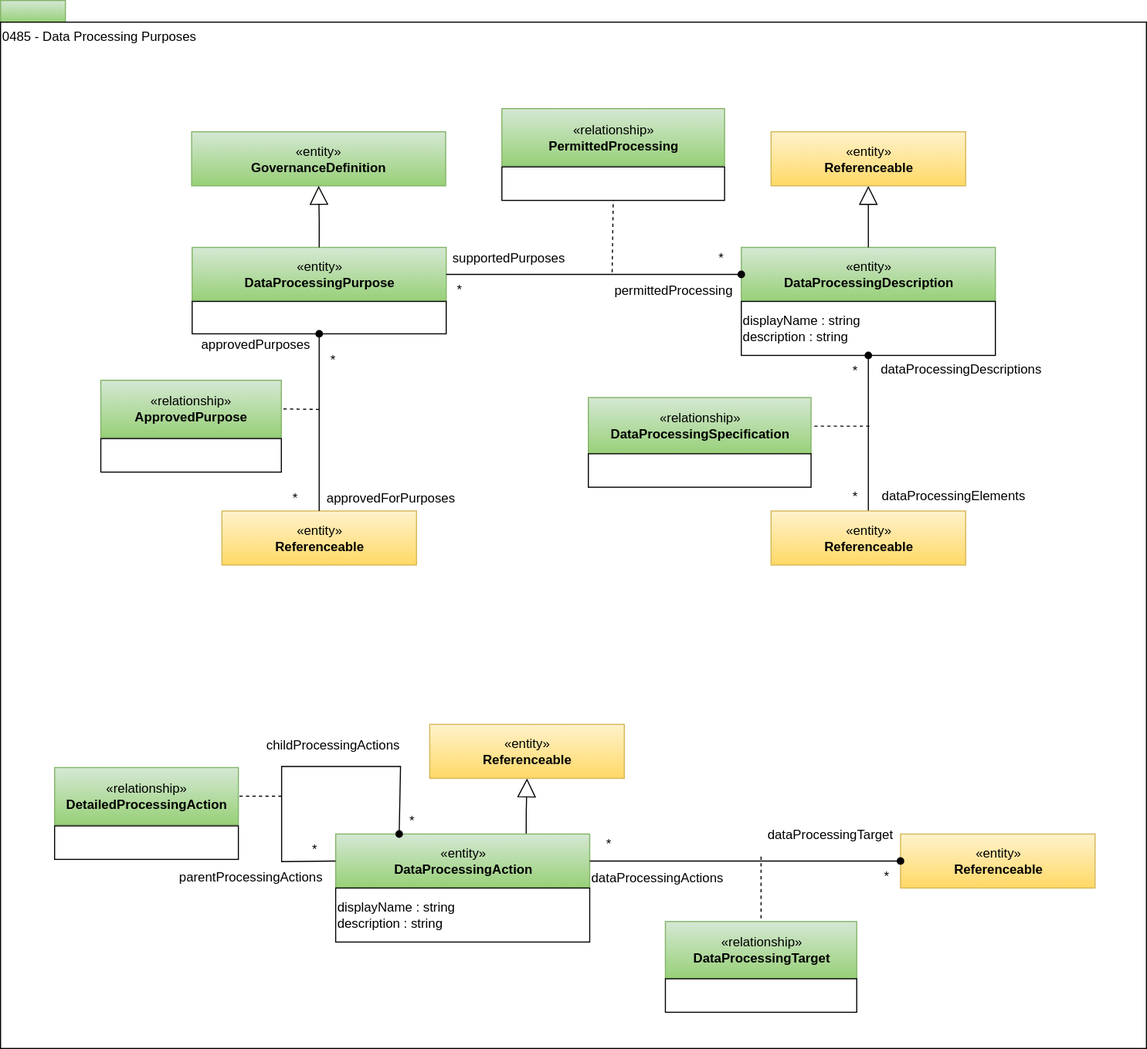
The draw.io diagram site/docs/types/4/0485-Data-Processing-Purposes.svg in odpi/egeria-docs, before a commit. Source tidied: cells renumbered, new cells last; positions are measured from the earlier drawing's top-left corner, leaving out a move shared by most shapes.
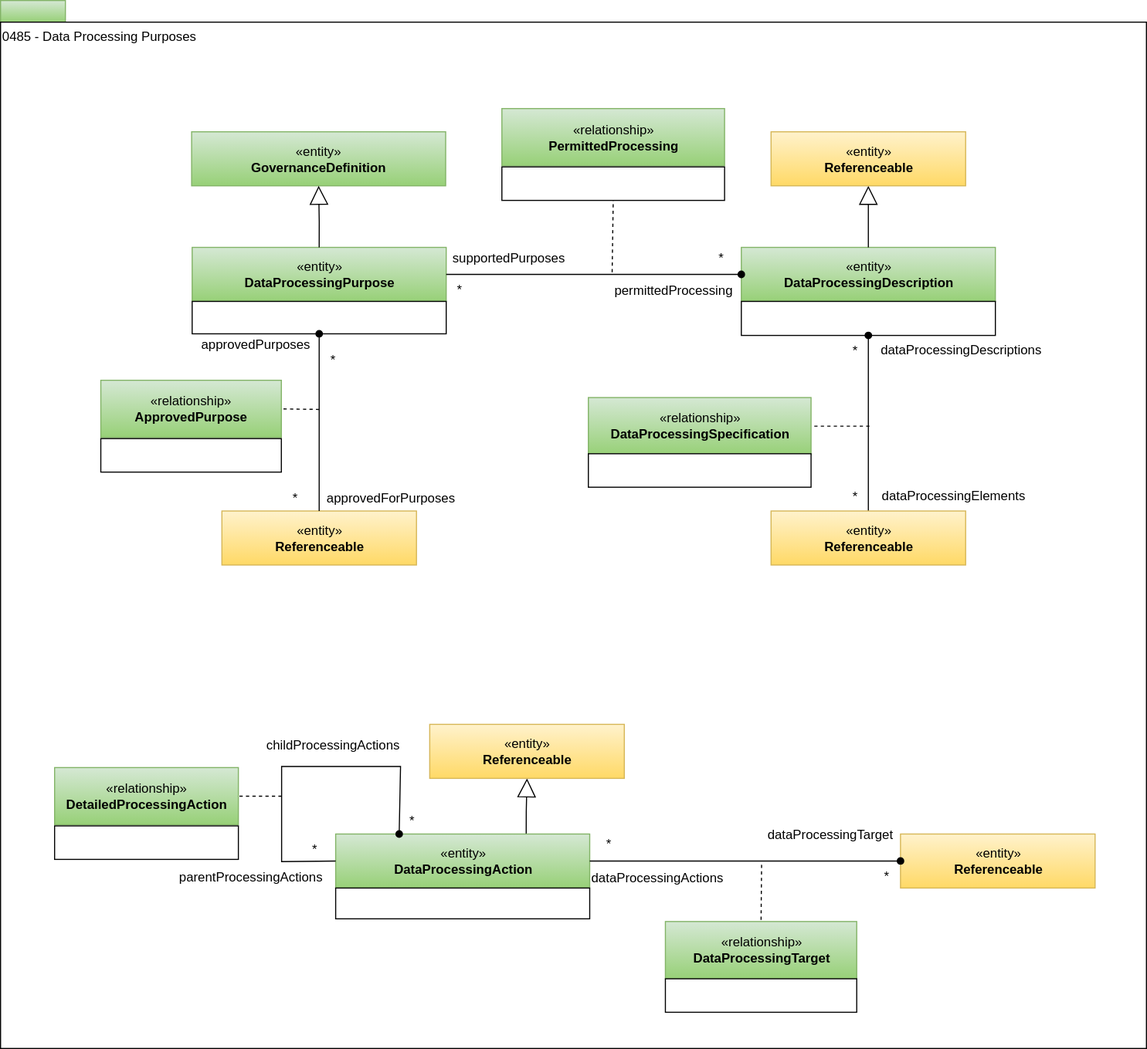
After the change.

The edit, as a diff of the source:
```diff
@@ -14,8 +14,8 @@
     <mxCell id="5" value="«entity»&lt;br&gt;&lt;b&gt;DataProcessingAction&lt;/b&gt;" style="html=1;strokeColor=#82b366;align=center;fillColor=#d5e8d4;gradientColor=#97d077;" parent="1" vertex="1">
       <mxGeometry x="310" y="771.5" width="235" height="50" as="geometry" />
     </mxCell>
-    <mxCell id="6" value="displayName : string&lt;br&gt;description : string" style="rounded=0;whiteSpace=wrap;html=1;strokeColor=#000000;gradientColor=#ffffff;align=left;" parent="1" vertex="1">
-      <mxGeometry x="310" y="821.5" width="235" height="50" as="geometry" />
+    <mxCell id="6" style="rounded=0;whiteSpace=wrap;html=1;strokeColor=#000000;gradientColor=#ffffff;align=left;" parent="1" vertex="1">
+      <mxGeometry x="310" y="821.5" width="235" height="28.5" as="geometry" />
     </mxCell>
     <mxCell id="7" value="*" style="text;html=1;strokeColor=none;fillColor=none;align=center;verticalAlign=middle;whiteSpace=wrap;rounded=0;" parent="1" vertex="1">
       <mxGeometry x="777.8" y="450.5" width="26" height="18" as="geometry" />
@@ -35,10 +35,10 @@
       <mxGeometry x="809.5" y="448.5" width="144.2" height="20" as="geometry" />
     </mxCell>
     <mxCell id="12" value="dataProcessingDescriptions" style="text;html=1;strokeColor=none;fillColor=none;align=center;verticalAlign=middle;whiteSpace=wrap;rounded=0;" parent="1" vertex="1">
-      <mxGeometry x="809.8" y="331.5" width="157.5" height="20" as="geometry" />
+      <mxGeometry x="809.5" y="313.5" width="157.5" height="20" as="geometry" />
     </mxCell>
     <mxCell id="13" value="*" style="text;html=1;strokeColor=none;fillColor=none;align=center;verticalAlign=middle;whiteSpace=wrap;rounded=0;" parent="1" vertex="1">
-      <mxGeometry x="777.8" y="333.5" width="26" height="18" as="geometry" />
+      <mxGeometry x="777.8" y="315.5" width="26" height="18" as="geometry" />
     </mxCell>
     <mxCell id="14" value="«entity»&lt;br&gt;&lt;b&gt;Referenceable&lt;/b&gt;" style="html=1;strokeColor=#d6b656;align=center;fillColor=#fff2cc;gradientColor=#ffd966;" parent="1" vertex="1">
       <mxGeometry x="204.8" y="472.5" width="180" height="50" as="geometry" />
@@ -75,7 +75,7 @@
     </mxCell>
     <mxCell id="25" style="endArrow=none;dashed=1;html=1;entryX=0.5;entryY=0;entryDx=0;entryDy=0;" parent="1" edge="1" target="24">
       <mxGeometry relative="1" as="geometry">
-        <mxPoint x="703.5" y="792.5" as="sourcePoint" />
+        <mxPoint x="704" y="800" as="sourcePoint" />
       </mxGeometry>
     </mxCell>
     <mxCell id="26" style="rounded=0;whiteSpace=wrap;html=1;strokeColor=#000000;gradientColor=#ffffff;align=left;" parent="1" vertex="1">
@@ -139,8 +139,8 @@
         </Array>
       </mxGeometry>
     </mxCell>
-    <mxCell id="43" value="displayName : string&lt;br&gt;description : string" style="rounded=0;whiteSpace=wrap;html=1;strokeColor=#000000;gradientColor=#ffffff;align=left;" parent="1" vertex="1">
-      <mxGeometry x="685.2" y="278.5" width="235" height="50" as="geometry" />
+    <mxCell id="43" style="rounded=0;whiteSpace=wrap;html=1;strokeColor=#000000;gradientColor=#ffffff;align=left;" parent="1" vertex="1">
+      <mxGeometry x="685.2" y="278.5" width="235" height="31.5" as="geometry" />
     </mxCell>
     <mxCell id="44" value="*" style="text;html=1;strokeColor=none;fillColor=none;align=center;verticalAlign=middle;whiteSpace=wrap;rounded=0;" parent="1" vertex="1">
       <mxGeometry x="278" y="777" width="26" height="18" as="geometry" />
```
